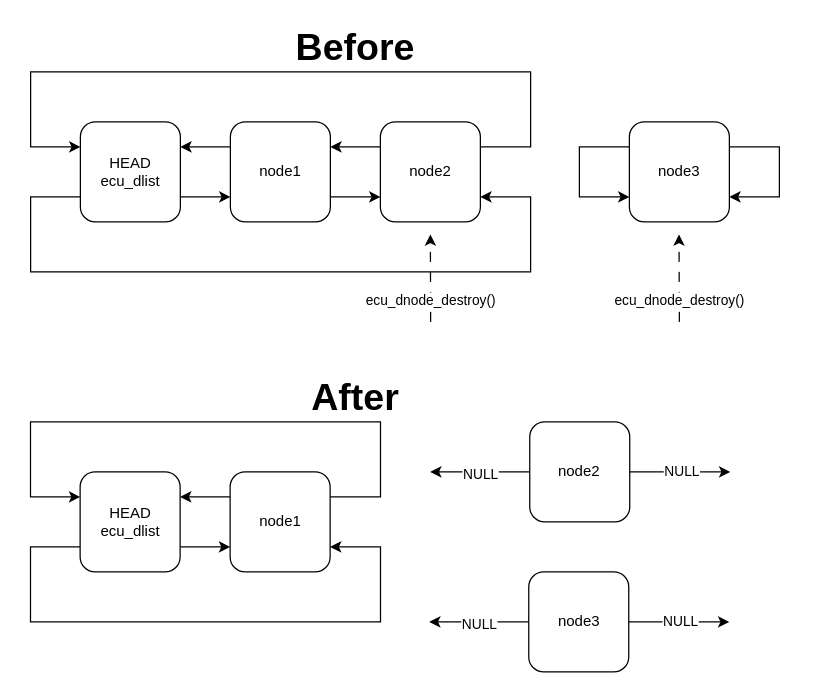
The draw.io diagram page "node_destroy" (3 of 15) of doc/images/dlist/dlist.drawio in ress059/ecu, before the edit. Source tidied: cells renumbered, new cells numbered last; positions are measured from the earlier drawing's top-left corner, leaving out a move shared by most shapes. Both pictures are drawn from the tidied source at 125%, with x=0, y=0 at pixel (30, 21).
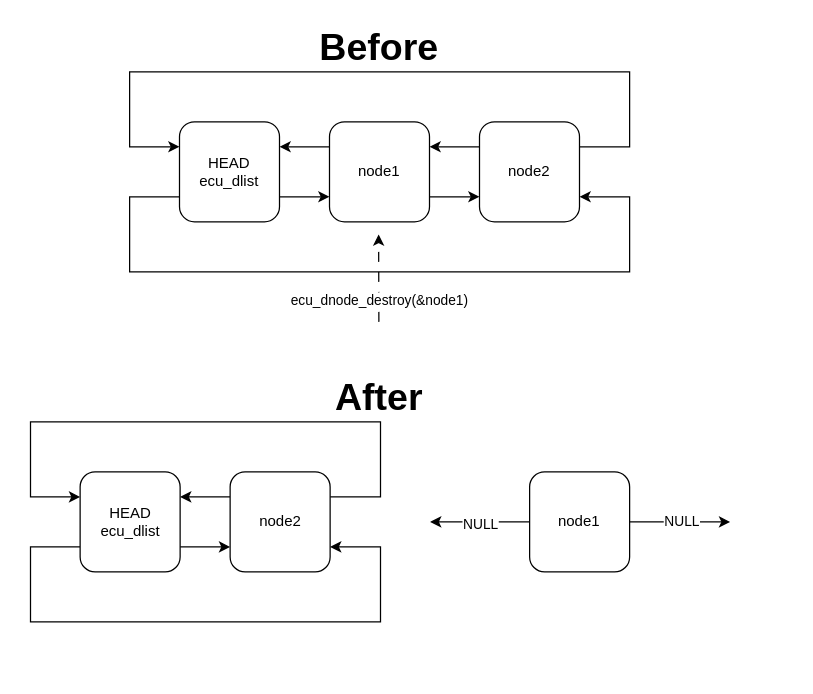
The same page after the edit.

What changed in the source:
```diff
@@
     <mxCell id="2" style="edgeStyle=orthogonalEdgeStyle;rounded=0;jettySize=auto;html=1;entryX=0;entryY=0.25;entryDx=0;entryDy=0;exitX=1;exitY=0.25;exitDx=0;exitDy=0;" parent="1" edge="1" source="10" target="8">
       <mxGeometry relative="1" as="geometry">
         <Array as="points">
-          <mxPoint x="400" y="100" />
-          <mxPoint x="400" y="40" />
-          <mxPoint y="40" />
-          <mxPoint y="100" />
+          <mxPoint x="479.2" y="100" />
+          <mxPoint x="479.2" y="40" />
+          <mxPoint x="79.2" y="40" />
+          <mxPoint x="79.2" y="100" />
         </Array>
       </mxGeometry>
     </mxCell>
@@
     <mxCell id="5" value="node1" style="rounded=1;whiteSpace=wrap;html=1;" parent="1" vertex="1">
-      <mxGeometry x="159.8" y="80" width="80" height="80" as="geometry" />
+      <mxGeometry x="239.1" y="79.9" width="80" height="80" as="geometry" />
     </mxCell>
@@
     <mxCell id="7" style="edgeStyle=orthogonalEdgeStyle;rounded=0;jettySize=auto;html=1;exitX=0;exitY=0.75;exitDx=0;exitDy=0;entryX=1;entryY=0.75;entryDx=0;entryDy=0;" parent="1" edge="1" source="8" target="10">
       <mxGeometry relative="1" as="geometry">
         <Array as="points">
-          <mxPoint y="140" />
-          <mxPoint y="200" />
-          <mxPoint x="400" y="200" />
-          <mxPoint x="400" y="140" />
+          <mxPoint x="79.2" y="140" />
+          <mxPoint x="79.2" y="200" />
+          <mxPoint x="479.2" y="200" />
+          <mxPoint x="479.2" y="140" />
         </Array>
       </mxGeometry>
     </mxCell>
     <mxCell id="8" value="HEAD&lt;br&gt;ecu_dlist" style="rounded=1;whiteSpace=wrap;html=1;" parent="1" vertex="1">
-      <mxGeometry x="39.8" y="80" width="80" height="80" as="geometry" />
+      <mxGeometry x="119.1" y="79.9" width="80" height="80" as="geometry" />
     </mxCell>
@@
     <mxCell id="10" value="node2" style="rounded=1;whiteSpace=wrap;html=1;" parent="1" vertex="1">
-      <mxGeometry x="279.8" y="80" width="80" height="80" as="geometry" />
+      <mxGeometry x="359.1" y="79.9" width="80" height="80" as="geometry" />
     </mxCell>
     <mxCell id="11" value="&lt;b&gt;&lt;font style=&quot;font-size: 30px;&quot;&gt;Before&lt;/font&gt;&lt;/b&gt;" style="text;html=1;strokeColor=none;fillColor=none;align=center;verticalAlign=middle;whiteSpace=wrap;rounded=0;" parent="1" vertex="1">
-      <mxGeometry x="199.7" width="120" height="40" as="geometry" />
+      <mxGeometry x="219.1" width="120" height="40" as="geometry" />
     </mxCell>
     <mxCell id="12" value="&lt;b&gt;&lt;font style=&quot;font-size: 30px;&quot;&gt;After&lt;/font&gt;&lt;/b&gt;" style="text;html=1;strokeColor=none;fillColor=none;align=center;verticalAlign=middle;whiteSpace=wrap;rounded=0;" parent="1" vertex="1">
-      <mxGeometry x="199.6" y="280" width="120" height="40" as="geometry" />
+      <mxGeometry x="219.1" y="280" width="120" height="40" as="geometry" />
     </mxCell>
-    <mxCell id="13" value="node3" style="rounded=1;whiteSpace=wrap;html=1;" parent="1" vertex="1">
-      <mxGeometry x="479" y="80" width="80" height="80" as="geometry" />
-    </mxCell>
     <mxCell id="14" style="edgeStyle=orthogonalEdgeStyle;rounded=0;jettySize=auto;html=1;exitX=1;exitY=0.5;exitDx=0;exitDy=0;" parent="1" edge="1" source="16">
       <mxGeometry relative="1" as="geometry">
-        <mxPoint x="559.7" y="360" as="targetPoint" />
+        <mxPoint x="559.6" y="400" as="targetPoint" />
       </mxGeometry>
     </mxCell>
@@
-    <mxCell id="16" value="node2" style="rounded=1;whiteSpace=wrap;html=1;" parent="1" vertex="1">
-      <mxGeometry x="399.3" y="320" width="80" height="80" as="geometry" />
+    <mxCell id="16" value="node1" style="rounded=1;whiteSpace=wrap;html=1;" parent="1" vertex="1">
+      <mxGeometry x="399.2" y="360" width="80" height="80" as="geometry" />
     </mxCell>
     <mxCell id="17" style="edgeStyle=orthogonalEdgeStyle;rounded=0;jettySize=auto;html=1;exitX=0;exitY=0.5;exitDx=0;exitDy=0;" parent="1" edge="1" source="16">
       <mxGeometry relative="1" as="geometry">
-        <mxPoint x="319.7" y="360" as="targetPoint" />
+        <mxPoint x="319.6" y="400" as="targetPoint" />
         <Array as="points">
-          <mxPoint x="339.7" y="360" />
-          <mxPoint x="339.7" y="360" />
+          <mxPoint x="339.6" y="400" />
+          <mxPoint x="339.6" y="400" />
         </Array>
       </mxGeometry>
     </mxCell>
@@
-    <mxCell id="19" style="edgeStyle=orthogonalEdgeStyle;rounded=0;orthogonalLoop=1;jettySize=auto;html=1;exitX=0;exitY=0.25;exitDx=0;exitDy=0;entryX=0;entryY=0.75;entryDx=0;entryDy=0;" parent="1" edge="1" source="13" target="13">
-      <mxGeometry relative="1" as="geometry">
-        <Array as="points">
-          <mxPoint x="439" y="100" />
-          <mxPoint x="439" y="140" />
-        </Array>
-      </mxGeometry>
-    </mxCell>
-    <mxCell id="20" style="edgeStyle=orthogonalEdgeStyle;rounded=0;orthogonalLoop=1;jettySize=auto;html=1;exitX=1;exitY=0.25;exitDx=0;exitDy=0;entryX=1;entryY=0.75;entryDx=0;entryDy=0;" parent="1" edge="1" source="13" target="13">
-      <mxGeometry relative="1" as="geometry">
-        <Array as="points">
-          <mxPoint x="599" y="100" />
-          <mxPoint x="599" y="140" />
-        </Array>
-      </mxGeometry>
-    </mxCell>
     <mxCell id="21" style="endArrow=classic;html=1;rounded=0;dashed=1;dashPattern=8 8;" parent="1" edge="1">
       <mxGeometry relative="1" as="geometry">
-        <mxPoint x="320" y="240" as="sourcePoint" />
-        <mxPoint x="319.8" y="170" as="targetPoint" />
+        <mxPoint x="278.6" y="240" as="sourcePoint" />
+        <mxPoint x="278.4" y="170" as="targetPoint" />
       </mxGeometry>
     </mxCell>
-    <mxCell id="22" value="ecu_dnode_destroy()" style="edgeLabel;html=1;align=center;verticalAlign=middle;" parent="21" vertex="1">
+    <mxCell id="22" value="ecu_dnode_destroy(&amp;amp;node1)" style="edgeLabel;html=1;align=center;verticalAlign=middle;" parent="21" vertex="1">
       <mxGeometry x="0.27" y="-2" relative="1" as="geometry">
         <mxPoint x="-2" y="27" as="offset" />
       </mxGeometry>
     </mxCell>
-    <mxCell id="23" style="endArrow=classic;html=1;rounded=0;dashed=1;dashPattern=8 8;" parent="1" edge="1">
-      <mxGeometry relative="1" as="geometry">
-        <mxPoint x="519" y="240" as="sourcePoint" />
-        <mxPoint x="518.7" y="170" as="targetPoint" />
-      </mxGeometry>
-    </mxCell>
-    <mxCell id="24" value="ecu_dnode_destroy()" style="edgeLabel;html=1;align=center;verticalAlign=middle;" parent="23" vertex="1">
-      <mxGeometry x="0.27" y="-2" relative="1" as="geometry">
-        <mxPoint x="-2" y="27" as="offset" />
-      </mxGeometry>
-    </mxCell>
@@
-    <mxCell id="27" value="node1" style="rounded=1;whiteSpace=wrap;html=1;" parent="1" vertex="1">
+    <mxCell id="27" value="node2" style="rounded=1;whiteSpace=wrap;html=1;" parent="1" vertex="1">
       <mxGeometry x="159.6" y="360" width="80" height="80" as="geometry" />
     </mxCell>
@@
-    <mxCell id="31" style="edgeStyle=orthogonalEdgeStyle;rounded=0;jettySize=auto;html=1;exitX=1;exitY=0.5;exitDx=0;exitDy=0;" parent="1" edge="1" source="33">
-      <mxGeometry relative="1" as="geometry">
-        <mxPoint x="558.9" y="480" as="targetPoint" />
-      </mxGeometry>
-    </mxCell>
-    <mxCell id="32" value="NULL" style="edgeLabel;html=1;align=center;verticalAlign=middle;" parent="31" vertex="1">
-      <mxGeometry x="-0.21" y="1" relative="1" as="geometry">
-        <mxPoint x="9" as="offset" />
-      </mxGeometry>
-    </mxCell>
-    <mxCell id="33" value="node3" style="rounded=1;whiteSpace=wrap;html=1;" parent="1" vertex="1">
-      <mxGeometry x="398.5" y="440" width="80" height="80" as="geometry" />
-    </mxCell>
-    <mxCell id="34" style="edgeStyle=orthogonalEdgeStyle;rounded=0;jettySize=auto;html=1;exitX=0;exitY=0.5;exitDx=0;exitDy=0;" parent="1" edge="1" source="33">
-      <mxGeometry relative="1" as="geometry">
-        <mxPoint x="318.9" y="480" as="targetPoint" />
-        <Array as="points">
-          <mxPoint x="338.9" y="480" />
-          <mxPoint x="338.9" y="480" />
-        </Array>
-      </mxGeometry>
-    </mxCell>
-    <mxCell id="35" value="NULL" style="edgeLabel;html=1;align=center;verticalAlign=middle;" parent="34" vertex="1">
-      <mxGeometry x="-0.26" y="1" relative="1" as="geometry">
-        <mxPoint x="-11" as="offset" />
-      </mxGeometry>
-    </mxCell>
```
